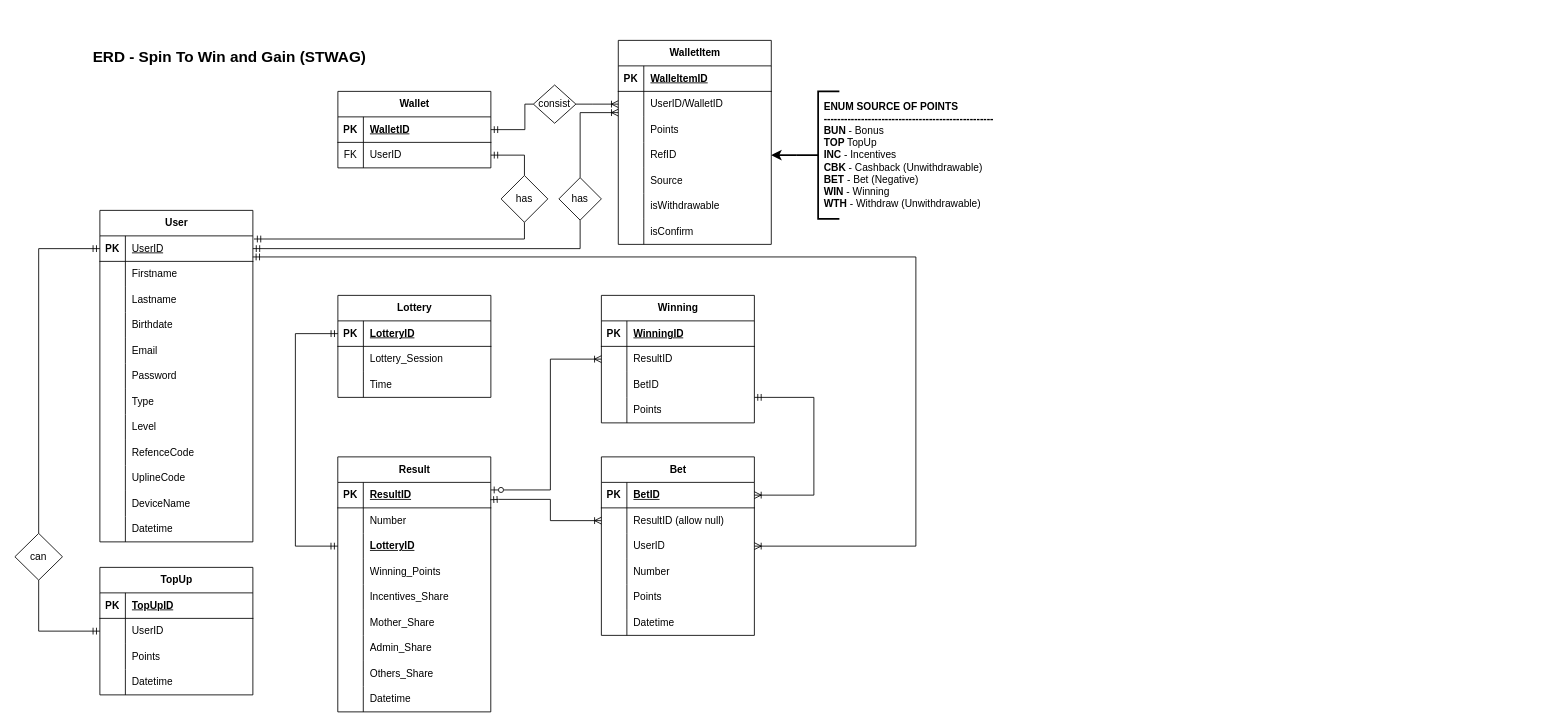
ediangca/STWAG keeps this draw.io diagram as page "DFD" (3 of 3) of STWAG.drawio. Above is the earlier version. Source tidied: cells renumbered, new cells numbered last; positions are measured from the earlier drawing's top-left corner, leaving out a move shared by most shapes. Both pictures are drawn from the tidied source at 85%, with x=0, y=0 at pixel (14, 40).
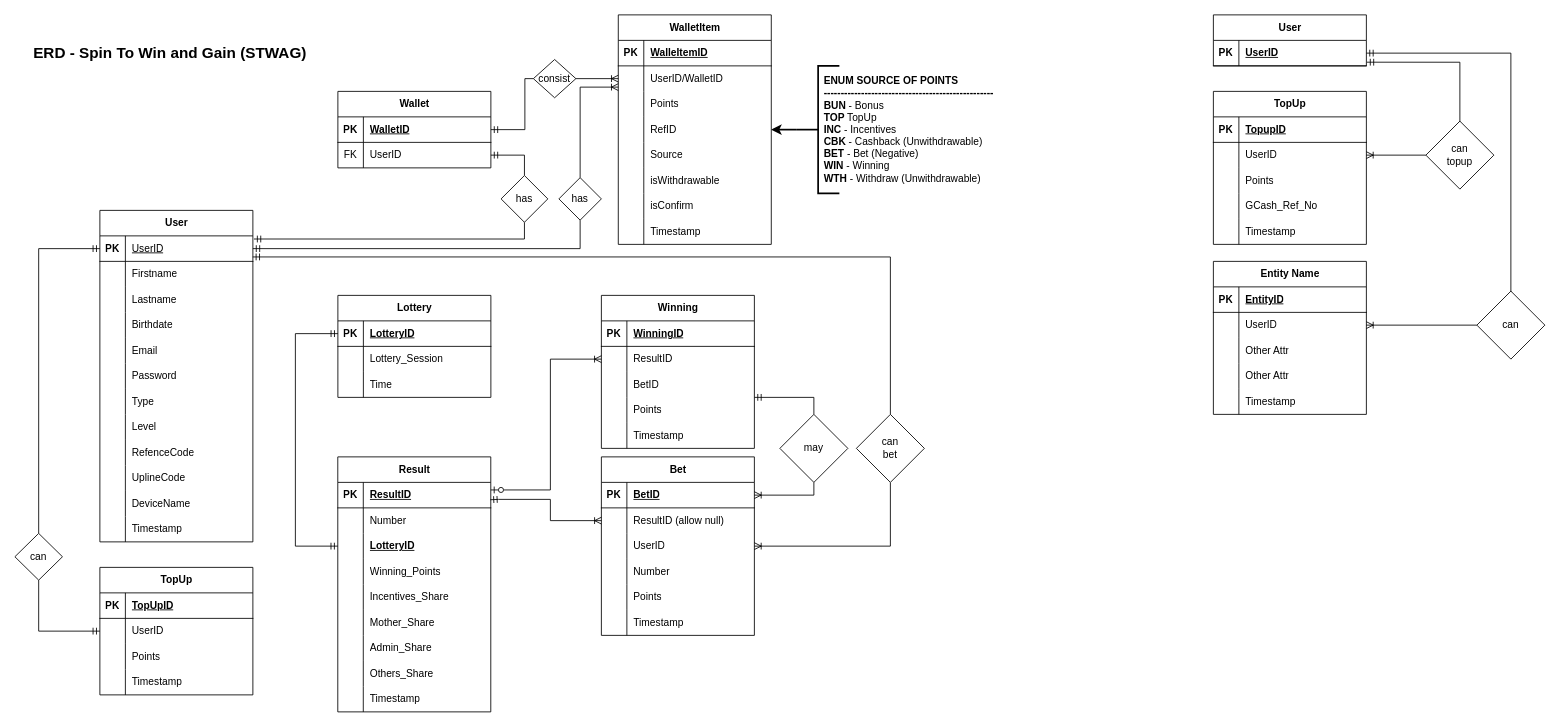
The same diagram, later.

The change refers to these unchanged cells:
```xml
<mxCell id="13" style="shape=tableRow;horizontal=0;startSize=0;swimlaneHead=0;swimlaneBody=0;fillColor=none;points=[[0,0.5],[1,0.5]];portConstraint=eastwest;top=0;left=0;right=0;bottom=1;" parent="12" vertex="1">
  <mxGeometry y="30" width="180" height="30" as="geometry" />
</mxCell>
<mxCell id="46" style="shape=tableRow;horizontal=0;startSize=0;swimlaneHead=0;swimlaneBody=0;fillColor=none;top=0;left=0;right=0;bottom=0;" parent="12" vertex="1">
  <mxGeometry y="360" width="180" height="30" as="geometry" />
</mxCell>
<mxCell id="74" style="shape=tableRow;horizontal=0;startSize=0;swimlaneHead=0;swimlaneBody=0;fillColor=none;top=0;left=0;right=0;bottom=0;" parent="49" vertex="1">
  <mxGeometry y="270" width="180" height="30" as="geometry" />
</mxCell>
<mxCell id="103" style="shape=tableRow;horizontal=0;startSize=0;swimlaneHead=0;swimlaneBody=0;fillColor=none;points=[[0,0.5],[1,0.5]];portConstraint=eastwest;top=0;left=0;right=0;bottom=1;" parent="102" vertex="1">
  <mxGeometry y="30" width="180" height="30" as="geometry" />
</mxCell>
<mxCell id="105" value="BetID" style="shape=partialRectangle;fillColor=none;top=0;left=0;bottom=0;right=0;align=left;spacingLeft=6;fontStyle=5;overflow=hidden;whiteSpace=wrap;html=1;" parent="103" vertex="1">
  <mxGeometry x="30" width="150" height="30" as="geometry" />
</mxCell>
<mxCell id="109" style="shape=tableRow;horizontal=0;startSize=0;swimlaneHead=0;swimlaneBody=0;fillColor=none;points=[[0,0.5],[1,0.5]];portConstraint=eastwest;top=0;left=0;right=0;bottom=0;" parent="102" vertex="1">
  <mxGeometry y="90" width="180" height="30" as="geometry" />
</mxCell>
<mxCell id="111" value="UserID" style="shape=partialRectangle;fillColor=none;top=0;left=0;bottom=0;right=0;align=left;spacingLeft=6;overflow=hidden;whiteSpace=wrap;html=1;" parent="109" vertex="1">
  <mxGeometry x="30" width="150" height="30" as="geometry" />
</mxCell>
<mxCell id="118" style="shape=tableRow;horizontal=0;startSize=0;swimlaneHead=0;swimlaneBody=0;fillColor=none;top=0;left=0;right=0;bottom=0;" parent="102" vertex="1">
  <mxGeometry y="180" width="180" height="30" as="geometry" />
</mxCell>
<mxCell id="136" style="shape=tableRow;horizontal=0;startSize=0;swimlaneHead=0;swimlaneBody=0;fillColor=none;points=[[0,0.5],[1,0.5]];portConstraint=eastwest;top=0;left=0;right=0;bottom=0;" parent="132" vertex="1">
  <mxGeometry y="60" width="180" height="30" as="geometry" />
</mxCell>
<mxCell id="168" style="shape=tableRow;horizontal=0;startSize=0;swimlaneHead=0;swimlaneBody=0;fillColor=none;top=0;left=0;right=0;bottom=0;" parent="158" vertex="1">
  <mxGeometry y="120" width="180" height="30" as="geometry" />
</mxCell>
```

Diff of the diagram source:
```diff
@@
     <mxCell id="2" style="edgeStyle=orthogonalEdgeStyle;fontSize=12;html=1;endArrow=ERoneToMany;startArrow=none;rounded=0;fontFamily=Helvetica;fontColor=default;fontStyle=1;exitX=1;exitY=0.5;exitDx=0;exitDy=0;entryX=0;entryY=0.5;entryDx=0;entryDy=0;endFill=0;startFill=0;" parent="1" edge="1" source="130" target="136">
       <mxGeometry relative="1" as="geometry">
         <Array as="points">
-          <mxPoint x="680" y="75" />
-          <mxPoint x="680" y="75" />
+          <mxPoint x="660" y="45" />
         </Array>
       </mxGeometry>
     </mxCell>
@@
     <mxCell id="11" value="&lt;span style=&quot;&quot;&gt;&lt;font style=&quot;font-size: 18px;&quot;&gt;&lt;font style=&quot;&quot;&gt;ERD &lt;/font&gt;- Spin To Win and Gain (STWAG)&lt;/font&gt;&lt;/span&gt;" style="text;html=1;align=left;verticalAlign=middle;whiteSpace=wrap;rounded=0;fontFamily=Helvetica;fontSize=12;fontColor=default;fontStyle=1;" parent="1" vertex="1">
-      <mxGeometry x="90" width="370" height="40" as="geometry" />
+      <mxGeometry x="20" y="-5" width="370" height="40" as="geometry" />
     </mxCell>
@@
-    <mxCell id="48" value="Datetime" style="shape=partialRectangle;fillColor=none;top=0;left=0;bottom=0;right=0;align=left;spacingLeft=6;overflow=hidden;whiteSpace=wrap;html=1;" parent="46" vertex="1">
+    <mxCell id="48" value="Timestamp" style="shape=partialRectangle;fillColor=none;top=0;left=0;bottom=0;right=0;align=left;spacingLeft=6;overflow=hidden;whiteSpace=wrap;html=1;" parent="46" vertex="1">
       <mxGeometry x="30" width="150" height="30" as="geometry" />
     </mxCell>
@@
-    <mxCell id="76" value="Datetime" style="shape=partialRectangle;fillColor=none;top=0;left=0;bottom=0;right=0;align=left;spacingLeft=6;overflow=hidden;whiteSpace=wrap;html=1;" parent="74" vertex="1">
+    <mxCell id="76" value="Timestamp" style="shape=partialRectangle;fillColor=none;top=0;left=0;bottom=0;right=0;align=left;spacingLeft=6;overflow=hidden;whiteSpace=wrap;html=1;" parent="74" vertex="1">
       <mxGeometry x="30" width="150" height="30" as="geometry" />
     </mxCell>
@@
     <mxCell id="88" value="Winning" style="shape=table;startSize=30;childLayout=tableLayout;rowLines=0;fontStyle=1;align=center;html=1;" parent="1" vertex="1">
-      <mxGeometry x="690" y="300" width="180" height="150" as="geometry" />
+      <mxGeometry x="690" y="300" width="180" height="180" as="geometry" />
     </mxCell>
@@
+    <mxCell id="174" style="shape=tableRow;horizontal=0;startSize=0;swimlaneHead=0;swimlaneBody=0;fillColor=none;top=0;left=0;right=0;bottom=0;" parent="88" vertex="1">
+      <mxGeometry y="150" width="180" height="30" as="geometry" />
+    </mxCell>
+    <mxCell id="175" style="shape=partialRectangle;fillColor=none;top=0;left=0;bottom=0;right=0;overflow=hidden;whiteSpace=wrap;html=1;" parent="174" vertex="1">
+      <mxGeometry width="30" height="30" as="geometry" />
+    </mxCell>
+    <mxCell id="176" value="Timestamp" style="shape=partialRectangle;fillColor=none;top=0;left=0;bottom=0;right=0;align=left;spacingLeft=6;overflow=hidden;whiteSpace=wrap;html=1;" parent="174" vertex="1">
+      <mxGeometry x="30" width="150" height="30" as="geometry" />
+    </mxCell>
@@
-    <mxCell id="120" value="Datetime" style="shape=partialRectangle;fillColor=none;top=0;left=0;bottom=0;right=0;align=left;spacingLeft=6;overflow=hidden;whiteSpace=wrap;html=1;" parent="118" vertex="1">
+    <mxCell id="120" value="Timestamp" style="shape=partialRectangle;fillColor=none;top=0;left=0;bottom=0;right=0;align=left;spacingLeft=6;overflow=hidden;whiteSpace=wrap;html=1;" parent="118" vertex="1">
       <mxGeometry x="30" width="150" height="30" as="geometry" />
     </mxCell>
@@
-    <mxCell id="122" style="edgeStyle=orthogonalEdgeStyle;fontSize=12;html=1;endArrow=ERmandOne;startArrow=ERoneToMany;rounded=0;fontFamily=Helvetica;fontColor=default;fontStyle=1;endFill=0;exitX=1;exitY=0.5;exitDx=0;exitDy=0;startFill=0;entryX=0.999;entryY=0.826;entryDx=0;entryDy=0;entryPerimeter=0;" parent="1" edge="1" source="109" target="13">
+    <mxCell id="122" style="edgeStyle=orthogonalEdgeStyle;fontSize=12;html=1;endArrow=ERmandOne;startArrow=none;rounded=0;fontFamily=Helvetica;fontColor=default;fontStyle=1;endFill=0;startFill=0;entryX=0.999;entryY=0.826;entryDx=0;entryDy=0;entryPerimeter=0;exitX=0.5;exitY=0;exitDx=0;exitDy=0;" parent="1" edge="1" source="200" target="13">
       <mxGeometry relative="1" as="geometry">
         <Array as="points">
-          <mxPoint x="1060" y="595" />
-          <mxPoint x="1060" y="255" />
-          <mxPoint x="280" y="255" />
+          <mxPoint x="1030" y="255" />
         </Array>
       </mxGeometry>
     </mxCell>
-    <mxCell id="123" style="edgeStyle=orthogonalEdgeStyle;fontSize=12;html=1;endArrow=ERmandOne;startArrow=ERoneToMany;rounded=0;fontFamily=Helvetica;fontColor=default;fontStyle=1;endFill=0;exitX=1;exitY=0.5;exitDx=0;exitDy=0;startFill=0;" parent="1" edge="1" source="103">
+    <mxCell id="123" style="edgeStyle=orthogonalEdgeStyle;fontSize=12;html=1;endArrow=ERmandOne;startArrow=none;rounded=0;fontFamily=Helvetica;fontColor=default;fontStyle=1;endFill=0;exitX=0.5;exitY=0;exitDx=0;exitDy=0;startFill=0;" parent="1" edge="1" source="196">
       <mxGeometry relative="1" as="geometry">
         <mxPoint x="870" y="420" as="targetPoint" />
         <Array as="points">
-          <mxPoint x="940" y="535" />
           <mxPoint x="940" y="420" />
         </Array>
       </mxGeometry>
     </mxCell>
@@
     <mxCell id="130" value="consist" style="rhombus;whiteSpace=wrap;html=1;" parent="1" vertex="1">
-      <mxGeometry x="610" y="52.5" width="50" height="45" as="geometry" />
+      <mxGeometry x="610" y="22.5" width="50" height="45" as="geometry" />
     </mxCell>
     <mxCell id="131" style="group;" parent="1" vertex="1">
-      <mxGeometry x="709.9" width="490.1" height="240" as="geometry" />
+      <mxGeometry x="709.9" y="-30" width="490.1" height="240" as="geometry" />
     </mxCell>
     <mxCell id="132" value="WalletItem" style="shape=table;startSize=30;childLayout=tableLayout;rowLines=0;fontStyle=1;align=center;html=1;" parent="131" vertex="1">
-      <mxGeometry width="180" height="240" as="geometry" />
+      <mxGeometry width="180" height="270" as="geometry" />
     </mxCell>
@@
+    <mxCell id="177" style="shape=tableRow;horizontal=0;startSize=0;swimlaneHead=0;swimlaneBody=0;fillColor=none;top=0;left=0;right=0;bottom=0;" parent="132" vertex="1">
+      <mxGeometry y="240" width="180" height="30" as="geometry" />
+    </mxCell>
+    <mxCell id="178" style="shape=partialRectangle;fillColor=none;top=0;left=0;bottom=0;right=0;overflow=hidden;whiteSpace=wrap;html=1;" parent="177" vertex="1">
+      <mxGeometry width="30" height="30" as="geometry" />
+    </mxCell>
+    <mxCell id="179" value="Timestamp" style="shape=partialRectangle;fillColor=none;top=0;left=0;bottom=0;right=0;align=left;spacingLeft=6;overflow=hidden;whiteSpace=wrap;html=1;" parent="177" vertex="1">
+      <mxGeometry x="30" width="150" height="30" as="geometry" />
+    </mxCell>
@@
-    <mxCell id="170" value="Datetime" style="shape=partialRectangle;fillColor=none;top=0;left=0;bottom=0;right=0;align=left;spacingLeft=6;overflow=hidden;whiteSpace=wrap;html=1;" parent="168" vertex="1">
+    <mxCell id="170" value="Timestamp" style="shape=partialRectangle;fillColor=none;top=0;left=0;bottom=0;right=0;align=left;spacingLeft=6;overflow=hidden;whiteSpace=wrap;html=1;" parent="168" vertex="1">
       <mxGeometry x="30" width="150" height="30" as="geometry" />
     </mxCell>
@@
+    <mxCell id="180" value="TopUp" style="shape=table;startSize=30;childLayout=tableLayout;rowLines=0;fontStyle=1;align=center;html=1;" parent="1" vertex="1">
+      <mxGeometry x="1410" y="60" width="180" height="180" as="geometry" />
+    </mxCell>
+    <mxCell id="181" style="shape=tableRow;horizontal=0;startSize=0;swimlaneHead=0;swimlaneBody=0;fillColor=none;top=0;left=0;right=0;bottom=1;" parent="180" vertex="1">
+      <mxGeometry y="30" width="180" height="30" as="geometry" />
+    </mxCell>
+    <mxCell id="182" value="PK" style="shape=partialRectangle;fillColor=none;top=0;left=0;bottom=0;right=0;fontStyle=1;overflow=hidden;whiteSpace=wrap;html=1;" parent="181" vertex="1">
+      <mxGeometry width="30" height="30" as="geometry" />
+    </mxCell>
+    <mxCell id="183" value="TopupID" style="shape=partialRectangle;fillColor=none;top=0;left=0;bottom=0;right=0;align=left;spacingLeft=6;fontStyle=5;overflow=hidden;whiteSpace=wrap;html=1;" parent="181" vertex="1">
+      <mxGeometry x="30" width="150" height="30" as="geometry" />
+    </mxCell>
+    <mxCell id="184" style="shape=tableRow;horizontal=0;startSize=0;swimlaneHead=0;swimlaneBody=0;fillColor=none;top=0;left=0;right=0;bottom=0;" parent="180" vertex="1">
+      <mxGeometry y="60" width="180" height="30" as="geometry" />
+    </mxCell>
+    <mxCell id="185" style="shape=partialRectangle;fillColor=none;top=0;left=0;bottom=0;right=0;overflow=hidden;whiteSpace=wrap;html=1;" parent="184" vertex="1">
+      <mxGeometry width="30" height="30" as="geometry" />
+    </mxCell>
+    <mxCell id="186" value="UserID" style="shape=partialRectangle;fillColor=none;top=0;left=0;bottom=0;right=0;align=left;spacingLeft=6;overflow=hidden;whiteSpace=wrap;html=1;" parent="184" vertex="1">
+      <mxGeometry x="30" width="150" height="30" as="geometry" />
+    </mxCell>
+    <mxCell id="187" style="shape=tableRow;horizontal=0;startSize=0;swimlaneHead=0;swimlaneBody=0;fillColor=none;top=0;left=0;right=0;bottom=0;" parent="180" vertex="1">
+      <mxGeometry y="90" width="180" height="30" as="geometry" />
+    </mxCell>
+    <mxCell id="188" style="shape=partialRectangle;fillColor=none;top=0;left=0;bottom=0;right=0;overflow=hidden;whiteSpace=wrap;html=1;" parent="187" vertex="1">
+      <mxGeometry width="30" height="30" as="geometry" />
+    </mxCell>
+    <mxCell id="189" value="Points" style="shape=partialRectangle;fillColor=none;top=0;left=0;bottom=0;right=0;align=left;spacingLeft=6;overflow=hidden;whiteSpace=wrap;html=1;" parent="187" vertex="1">
+      <mxGeometry x="30" width="150" height="30" as="geometry" />
+    </mxCell>
+    <mxCell id="190" style="shape=tableRow;horizontal=0;startSize=0;swimlaneHead=0;swimlaneBody=0;fillColor=none;top=0;left=0;right=0;bottom=0;" parent="180" vertex="1">
+      <mxGeometry y="120" width="180" height="30" as="geometry" />
+    </mxCell>
+    <mxCell id="191" style="shape=partialRectangle;fillColor=none;top=0;left=0;bottom=0;right=0;overflow=hidden;whiteSpace=wrap;html=1;" parent="190" vertex="1">
+      <mxGeometry width="30" height="30" as="geometry" />
+    </mxCell>
+    <mxCell id="192" value="GCash_Ref_No" style="shape=partialRectangle;fillColor=none;top=0;left=0;bottom=0;right=0;align=left;spacingLeft=6;overflow=hidden;whiteSpace=wrap;html=1;" parent="190" vertex="1">
+      <mxGeometry x="30" width="150" height="30" as="geometry" />
+    </mxCell>
+    <mxCell id="193" style="shape=tableRow;horizontal=0;startSize=0;swimlaneHead=0;swimlaneBody=0;fillColor=none;top=0;left=0;right=0;bottom=0;" parent="180" vertex="1">
+      <mxGeometry y="150" width="180" height="30" as="geometry" />
+    </mxCell>
+    <mxCell id="194" style="shape=partialRectangle;fillColor=none;top=0;left=0;bottom=0;right=0;overflow=hidden;whiteSpace=wrap;html=1;" parent="193" vertex="1">
+      <mxGeometry width="30" height="30" as="geometry" />
+    </mxCell>
+    <mxCell id="195" value="Timestamp" style="shape=partialRectangle;fillColor=none;top=0;left=0;bottom=0;right=0;align=left;spacingLeft=6;overflow=hidden;whiteSpace=wrap;html=1;" parent="193" vertex="1">
+      <mxGeometry x="30" width="150" height="30" as="geometry" />
+    </mxCell>
+    <mxCell id="196" value="may" style="rhombus;whiteSpace=wrap;html=1;" parent="1" vertex="1">
+      <mxGeometry x="900" y="440" width="80" height="80" as="geometry" />
+    </mxCell>
+    <mxCell id="197" style="edgeStyle=orthogonalEdgeStyle;fontSize=12;html=1;endArrow=none;startArrow=ERoneToMany;rounded=0;fontFamily=Helvetica;fontColor=default;fontStyle=1;endFill=0;exitX=1;exitY=0.5;exitDx=0;exitDy=0;startFill=0;entryX=0.5;entryY=1;entryDx=0;entryDy=0;" parent="1" edge="1" source="105" target="196">
+      <mxGeometry relative="1" as="geometry">
+        <Array as="points">
+          <mxPoint x="940" y="535" />
+        </Array>
+      </mxGeometry>
+    </mxCell>
+    <mxCell id="198" style="edgeStyle=orthogonalEdgeStyle;fontSize=12;html=1;endArrow=ERmandOne;startArrow=none;rounded=0;fontFamily=Helvetica;fontColor=default;fontStyle=1;endFill=0;exitX=0.5;exitY=0.063;exitDx=0;exitDy=0;startFill=0;exitPerimeter=0;entryX=1.004;entryY=0.856;entryDx=0;entryDy=0;entryPerimeter=0;" parent="1" edge="1" source="201" target="206">
+      <mxGeometry relative="1" as="geometry">
+        <Array as="points">
+          <mxPoint x="1700" y="26" />
+        </Array>
+      </mxGeometry>
+    </mxCell>
+    <mxCell id="199" style="edgeStyle=orthogonalEdgeStyle;fontSize=12;html=1;endArrow=none;startArrow=ERoneToMany;rounded=0;fontFamily=Helvetica;fontColor=default;fontStyle=1;endFill=0;exitX=1;exitY=0.5;exitDx=0;exitDy=0;startFill=0;entryX=0.5;entryY=1;entryDx=0;entryDy=0;" parent="1" edge="1" source="111" target="200">
+      <mxGeometry relative="1" as="geometry">
+        <Array as="points">
+          <mxPoint x="1030" y="595" />
+        </Array>
+      </mxGeometry>
+    </mxCell>
+    <mxCell id="200" value="can&lt;div&gt;bet&lt;/div&gt;" style="rhombus;whiteSpace=wrap;html=1;" parent="1" vertex="1">
+      <mxGeometry x="990" y="440" width="80" height="80" as="geometry" />
+    </mxCell>
+    <mxCell id="201" value="can&lt;div&gt;topup&lt;/div&gt;" style="rhombus;whiteSpace=wrap;html=1;" parent="1" vertex="1">
+      <mxGeometry x="1660" y="95" width="80" height="80" as="geometry" />
+    </mxCell>
+    <mxCell id="202" style="edgeStyle=orthogonalEdgeStyle;fontSize=12;html=1;endArrow=none;startArrow=ERoneToMany;rounded=0;fontFamily=Helvetica;fontColor=default;fontStyle=1;endFill=0;startFill=0;entryX=0;entryY=0.5;entryDx=0;entryDy=0;exitX=1;exitY=0.5;exitDx=0;exitDy=0;" parent="1" edge="1" source="186" target="201">
+      <mxGeometry relative="1" as="geometry" />
+    </mxCell>
+    <mxCell id="203" value="User" style="shape=table;startSize=30;childLayout=tableLayout;rowLines=0;fontStyle=1;align=center;html=1;" parent="1" vertex="1">
+      <mxGeometry x="1410" y="-30" width="180" height="60" as="geometry" />
+    </mxCell>
+    <mxCell id="204" style="shape=tableRow;horizontal=0;startSize=0;swimlaneHead=0;swimlaneBody=0;fillColor=none;top=0;left=0;right=0;bottom=1;" parent="203" vertex="1">
+      <mxGeometry y="30" width="180" height="30" as="geometry" />
+    </mxCell>
+    <mxCell id="205" value="PK" style="shape=partialRectangle;fillColor=none;top=0;left=0;bottom=0;right=0;fontStyle=1;overflow=hidden;whiteSpace=wrap;html=1;" parent="204" vertex="1">
+      <mxGeometry width="30" height="30" as="geometry" />
+    </mxCell>
+    <mxCell id="206" value="UserID" style="shape=partialRectangle;fillColor=none;top=0;left=0;bottom=0;right=0;align=left;spacingLeft=6;fontStyle=5;overflow=hidden;whiteSpace=wrap;html=1;" parent="204" vertex="1">
+      <mxGeometry x="30" width="150" height="30" as="geometry" />
+    </mxCell>
+    <mxCell id="207" style="edgeStyle=orthogonalEdgeStyle;fontSize=12;html=1;endArrow=ERmandOne;startArrow=none;rounded=0;fontFamily=Helvetica;fontColor=default;fontStyle=1;endFill=0;exitX=0.5;exitY=0.063;exitDx=0;exitDy=0;startFill=0;exitPerimeter=0;entryX=1;entryY=0.5;entryDx=0;entryDy=0;" parent="1" edge="1" source="208" target="206">
+      <mxGeometry relative="1" as="geometry">
+        <Array as="points">
+          <mxPoint x="1760" y="15" />
+        </Array>
+      </mxGeometry>
+    </mxCell>
+    <mxCell id="208" value="can" style="rhombus;whiteSpace=wrap;html=1;" parent="1" vertex="1">
+      <mxGeometry x="1720" y="295" width="80" height="80" as="geometry" />
+    </mxCell>
+    <mxCell id="209" style="edgeStyle=orthogonalEdgeStyle;fontSize=12;html=1;endArrow=none;startArrow=ERoneToMany;rounded=0;fontFamily=Helvetica;fontColor=default;fontStyle=1;endFill=0;startFill=0;entryX=0;entryY=0.5;entryDx=0;entryDy=0;exitX=1;exitY=0.5;exitDx=0;exitDy=0;" parent="1" edge="1" source="216" target="208">
+      <mxGeometry relative="1" as="geometry" />
+    </mxCell>
+    <mxCell id="210" value="Entity Name" style="shape=table;startSize=30;childLayout=tableLayout;rowLines=0;fontStyle=1;align=center;html=1;" parent="1" vertex="1">
+      <mxGeometry x="1410" y="260" width="180" height="180" as="geometry" />
+    </mxCell>
+    <mxCell id="211" style="shape=tableRow;horizontal=0;startSize=0;swimlaneHead=0;swimlaneBody=0;fillColor=none;top=0;left=0;right=0;bottom=1;" parent="210" vertex="1">
+      <mxGeometry y="30" width="180" height="30" as="geometry" />
+    </mxCell>
+    <mxCell id="212" value="PK" style="shape=partialRectangle;fillColor=none;top=0;left=0;bottom=0;right=0;fontStyle=1;overflow=hidden;whiteSpace=wrap;html=1;" parent="211" vertex="1">
+      <mxGeometry width="30" height="30" as="geometry" />
+    </mxCell>
+    <mxCell id="213" value="EntityID" style="shape=partialRectangle;fillColor=none;top=0;left=0;bottom=0;right=0;align=left;spacingLeft=6;fontStyle=5;overflow=hidden;whiteSpace=wrap;html=1;" parent="211" vertex="1">
+      <mxGeometry x="30" width="150" height="30" as="geometry" />
+    </mxCell>
+    <mxCell id="214" style="shape=tableRow;horizontal=0;startSize=0;swimlaneHead=0;swimlaneBody=0;fillColor=none;top=0;left=0;right=0;bottom=0;" parent="210" vertex="1">
+      <mxGeometry y="60" width="180" height="30" as="geometry" />
+    </mxCell>
+    <mxCell id="215" style="shape=partialRectangle;fillColor=none;top=0;left=0;bottom=0;right=0;overflow=hidden;whiteSpace=wrap;html=1;" parent="214" vertex="1">
+      <mxGeometry width="30" height="30" as="geometry" />
+    </mxCell>
+    <mxCell id="216" value="UserID" style="shape=partialRectangle;fillColor=none;top=0;left=0;bottom=0;right=0;align=left;spacingLeft=6;overflow=hidden;whiteSpace=wrap;html=1;" parent="214" vertex="1">
+      <mxGeometry x="30" width="150" height="30" as="geometry" />
+    </mxCell>
+    <mxCell id="217" style="shape=tableRow;horizontal=0;startSize=0;swimlaneHead=0;swimlaneBody=0;fillColor=none;top=0;left=0;right=0;bottom=0;" parent="210" vertex="1">
+      <mxGeometry y="90" width="180" height="30" as="geometry" />
+    </mxCell>
+    <mxCell id="218" style="shape=partialRectangle;fillColor=none;top=0;left=0;bottom=0;right=0;overflow=hidden;whiteSpace=wrap;html=1;" parent="217" vertex="1">
+      <mxGeometry width="30" height="30" as="geometry" />
+    </mxCell>
+    <mxCell id="219" value="Other Attr" style="shape=partialRectangle;fillColor=none;top=0;left=0;bottom=0;right=0;align=left;spacingLeft=6;overflow=hidden;whiteSpace=wrap;html=1;" parent="217" vertex="1">
+      <mxGeometry x="30" width="150" height="30" as="geometry" />
+    </mxCell>
+    <mxCell id="220" style="shape=tableRow;horizontal=0;startSize=0;swimlaneHead=0;swimlaneBody=0;fillColor=none;top=0;left=0;right=0;bottom=0;" parent="210" vertex="1">
+      <mxGeometry y="120" width="180" height="30" as="geometry" />
+    </mxCell>
+    <mxCell id="221" style="shape=partialRectangle;fillColor=none;top=0;left=0;bottom=0;right=0;overflow=hidden;whiteSpace=wrap;html=1;" parent="220" vertex="1">
+      <mxGeometry width="30" height="30" as="geometry" />
+    </mxCell>
+    <mxCell id="222" value="Other Attr" style="shape=partialRectangle;fillColor=none;top=0;left=0;bottom=0;right=0;align=left;spacingLeft=6;overflow=hidden;whiteSpace=wrap;html=1;" parent="220" vertex="1">
+      <mxGeometry x="30" width="150" height="30" as="geometry" />
+    </mxCell>
+    <mxCell id="223" style="shape=tableRow;horizontal=0;startSize=0;swimlaneHead=0;swimlaneBody=0;fillColor=none;top=0;left=0;right=0;bottom=0;" parent="210" vertex="1">
+      <mxGeometry y="150" width="180" height="30" as="geometry" />
+    </mxCell>
+    <mxCell id="224" style="shape=partialRectangle;fillColor=none;top=0;left=0;bottom=0;right=0;overflow=hidden;whiteSpace=wrap;html=1;" parent="223" vertex="1">
+      <mxGeometry width="30" height="30" as="geometry" />
+    </mxCell>
+    <mxCell id="225" value="Timestamp" style="shape=partialRectangle;fillColor=none;top=0;left=0;bottom=0;right=0;align=left;spacingLeft=6;overflow=hidden;whiteSpace=wrap;html=1;" parent="223" vertex="1">
+      <mxGeometry x="30" width="150" height="30" as="geometry" />
+    </mxCell>
```
